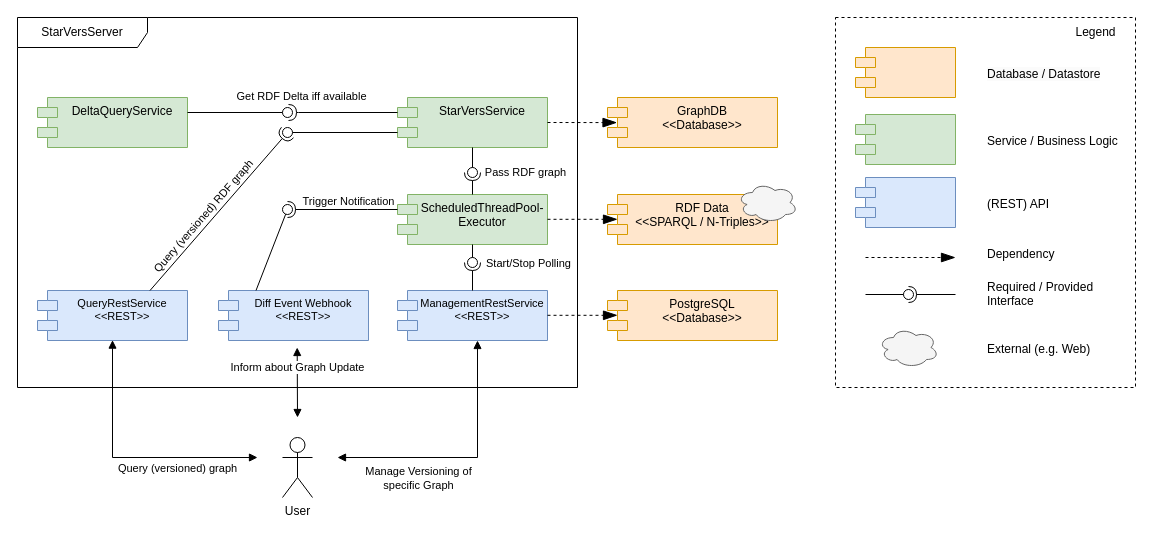
This is assets/ComponentDiagram.drawio from GreenfishK/starvers, a draw.io file, before an edit. Source tidied: cells renumbered, new cells numbered last; positions are measured from the earlier drawing's top-left corner, leaving out a move shared by most shapes. Both pictures are drawn from the tidied source at 100%, with x=0, y=0 at pixel (17, 17).
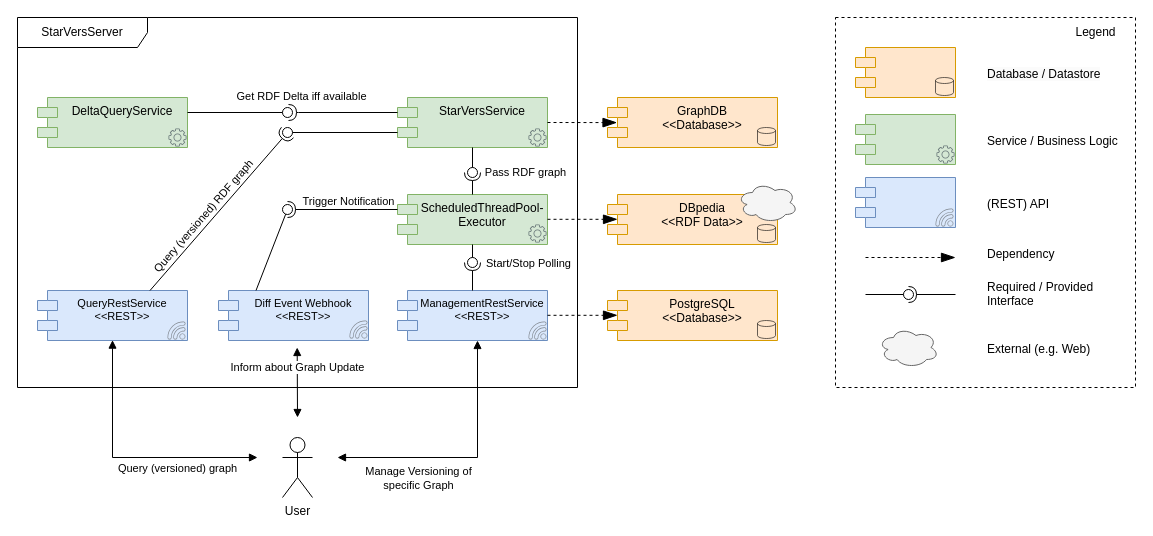
Above is the later version.

What changed in the source:
```diff
@@
-    <mxCell id="11" value="RDF Data&lt;br&gt;&amp;lt;&amp;lt;SPARQL /&amp;nbsp;&lt;span style=&quot;background-color: initial;&quot;&gt;N-Triples&amp;gt;&amp;gt;&lt;/span&gt;" style="shape=module;align=left;spacingLeft=20;align=center;verticalAlign=top;whiteSpace=wrap;html=1;fillColor=#ffe6cc;strokeColor=#d79b00;" parent="1" vertex="1">
+    <mxCell id="11" value="DBpedia&lt;br&gt;&amp;lt;&amp;lt;RDF Data&lt;span style=&quot;background-color: initial;&quot;&gt;&amp;gt;&amp;gt;&lt;/span&gt;" style="shape=module;align=left;spacingLeft=20;align=center;verticalAlign=top;whiteSpace=wrap;html=1;fillColor=#ffe6cc;strokeColor=#d79b00;" parent="1" vertex="1">
       <mxGeometry x="590" y="177" width="170" height="50" as="geometry" />
     </mxCell>
@@
+    <mxCell id="60" style="sketch=0;fontColor=#232F3E;gradientColor=none;fillColor=#232F3D;strokeColor=none;dashed=0;verticalLabelPosition=bottom;verticalAlign=top;align=center;html=1;fontSize=12;fontStyle=0;shape=mxgraph.aws4.gear;opacity=60;" parent="1" vertex="1">
+      <mxGeometry x="919" y="128" width="18" height="18" as="geometry" />
+    </mxCell>
+    <mxCell id="61" style="sketch=0;fontColor=#232F3E;gradientColor=none;fillColor=#232F3D;strokeColor=none;dashed=0;verticalLabelPosition=bottom;verticalAlign=top;align=center;html=1;fontSize=12;fontStyle=0;shape=mxgraph.aws4.gear;opacity=60;" parent="1" vertex="1">
+      <mxGeometry x="151" y="111" width="18" height="18" as="geometry" />
+    </mxCell>
+    <mxCell id="62" style="sketch=0;fontColor=#232F3E;gradientColor=none;fillColor=#232F3D;strokeColor=none;dashed=0;verticalLabelPosition=bottom;verticalAlign=top;align=center;html=1;fontSize=12;fontStyle=0;shape=mxgraph.aws4.gear;opacity=60;" parent="1" vertex="1">
+      <mxGeometry x="511" y="111" width="18" height="18" as="geometry" />
+    </mxCell>
+    <mxCell id="63" style="sketch=0;fontColor=#232F3E;gradientColor=none;fillColor=#232F3D;strokeColor=none;dashed=0;verticalLabelPosition=bottom;verticalAlign=top;align=center;html=1;fontSize=12;fontStyle=0;shape=mxgraph.aws4.gear;opacity=60;" parent="1" vertex="1">
+      <mxGeometry x="511" y="207" width="18" height="18" as="geometry" />
+    </mxCell>
+    <mxCell id="64" style="sketch=0;shadow=0;dashed=0;html=1;strokeColor=none;fillColor=#434445;labelPosition=center;verticalLabelPosition=bottom;verticalAlign=top;align=center;shape=mxgraph.vvd.wi_fi;opacity=60;direction=north;" parent="1" vertex="1">
+      <mxGeometry x="150" y="304" width="18" height="18" as="geometry" />
+    </mxCell>
+    <mxCell id="65" style="sketch=0;shadow=0;dashed=0;html=1;strokeColor=none;fillColor=#434445;labelPosition=center;verticalLabelPosition=bottom;verticalAlign=top;align=center;shape=mxgraph.vvd.wi_fi;opacity=60;direction=north;" parent="1" vertex="1">
+      <mxGeometry x="332" y="303" width="18" height="18" as="geometry" />
+    </mxCell>
+    <mxCell id="66" style="sketch=0;shadow=0;dashed=0;html=1;strokeColor=none;fillColor=#434445;labelPosition=center;verticalLabelPosition=bottom;verticalAlign=top;align=center;shape=mxgraph.vvd.wi_fi;opacity=60;direction=north;" parent="1" vertex="1">
+      <mxGeometry x="511" y="304" width="18" height="18" as="geometry" />
+    </mxCell>
+    <mxCell id="67" style="sketch=0;shadow=0;dashed=0;html=1;strokeColor=none;fillColor=#434445;labelPosition=center;verticalLabelPosition=bottom;verticalAlign=top;align=center;shape=mxgraph.vvd.wi_fi;opacity=60;direction=north;" parent="1" vertex="1">
+      <mxGeometry x="918" y="191" width="18" height="18" as="geometry" />
+    </mxCell>
+    <mxCell id="68" style="shape=cylinder3;whiteSpace=wrap;html=1;boundedLbl=1;backgroundOutline=1;size=3;fillColor=none;opacity=60;" parent="1" vertex="1">
+      <mxGeometry x="740" y="110" width="18" height="18" as="geometry" />
+    </mxCell>
+    <mxCell id="69" style="shape=cylinder3;whiteSpace=wrap;html=1;boundedLbl=1;backgroundOutline=1;size=3;fillColor=none;opacity=60;" parent="1" vertex="1">
+      <mxGeometry x="740" y="207" width="18" height="18" as="geometry" />
+    </mxCell>
+    <mxCell id="70" style="shape=cylinder3;whiteSpace=wrap;html=1;boundedLbl=1;backgroundOutline=1;size=3;fillColor=none;opacity=60;" parent="1" vertex="1">
+      <mxGeometry x="740" y="303" width="18" height="18" as="geometry" />
+    </mxCell>
+    <mxCell id="71" style="shape=cylinder3;whiteSpace=wrap;html=1;boundedLbl=1;backgroundOutline=1;size=3;fillColor=none;opacity=60;" parent="1" vertex="1">
+      <mxGeometry x="918" y="60" width="18" height="18" as="geometry" />
+    </mxCell>
```
